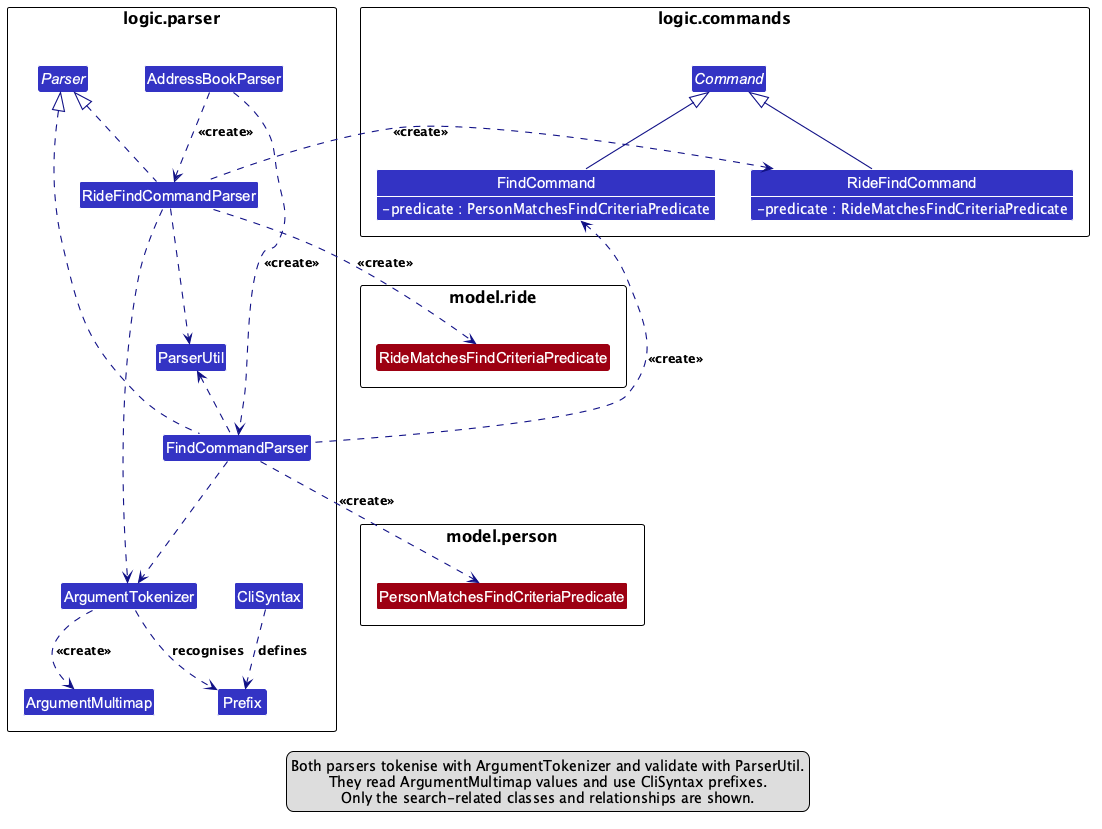
AY2627S1-CS2103T-W11-1/tp keeps this PlantUML diagram as docs/images/ParserClasses.png. Above is the earlier version.
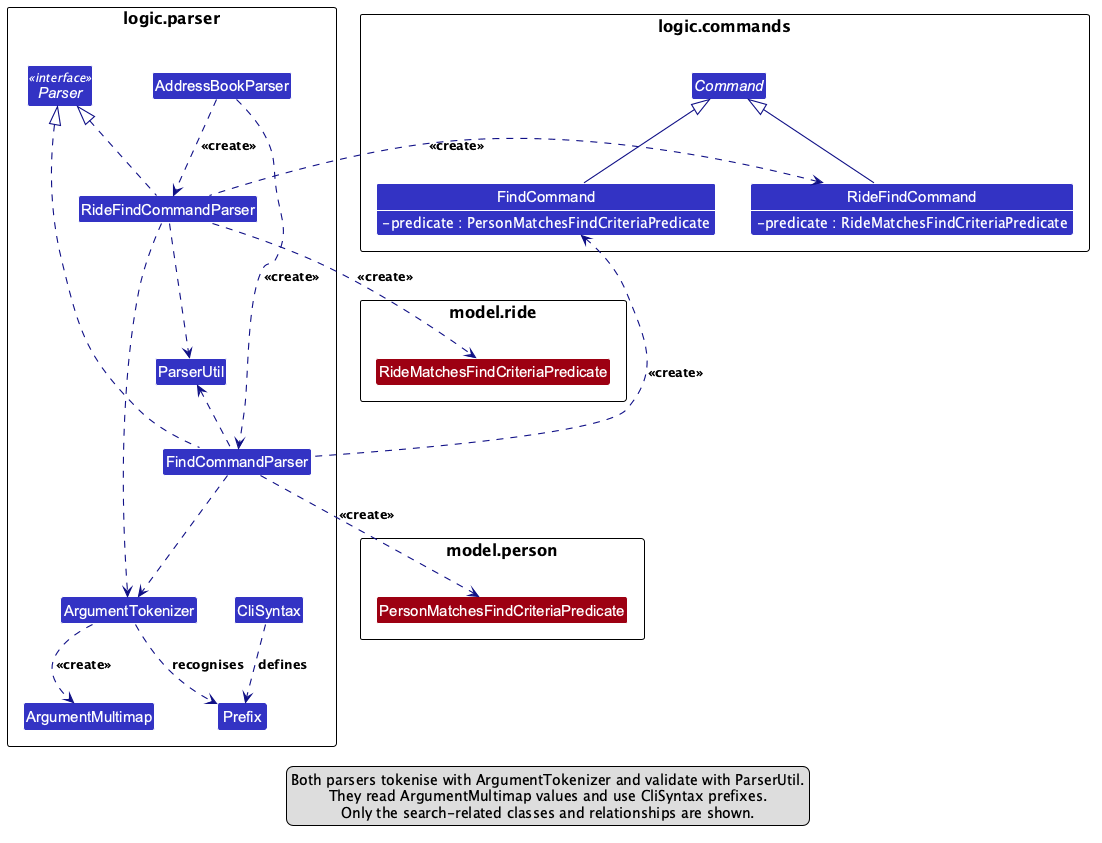
The same diagram one commit later.

Commit message:
Show Parser interface stereotype in diagram

The edit, as a diff of the source:
```diff
@@ -9,7 +9,7 @@
 hide empty members
 
 package "logic.parser" {
-    interface Parser
+    interface Parser <<interface>>
     class AddressBookParser
     class FindCommandParser
     class RideFindCommandParser
```
